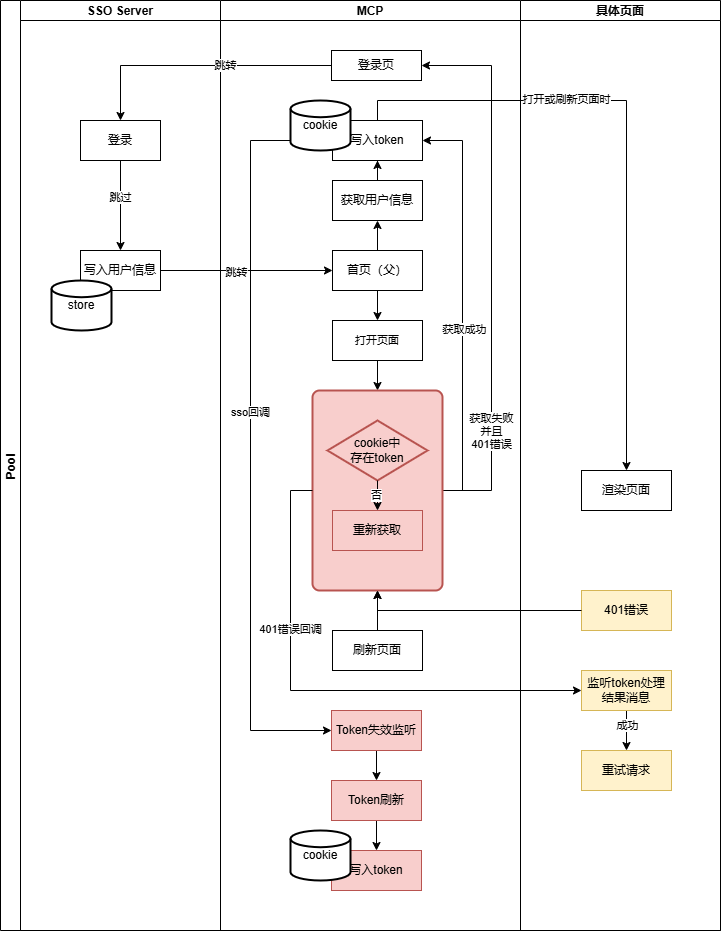
Above: oidc访问令牌流程.drawio.png in stonefromsky/workflowchart (draw.io), before the change. Source tidied: cells renumbered, new cells last; positions are measured from the earlier drawing's top-left corner, leaving out a move shared by most shapes.
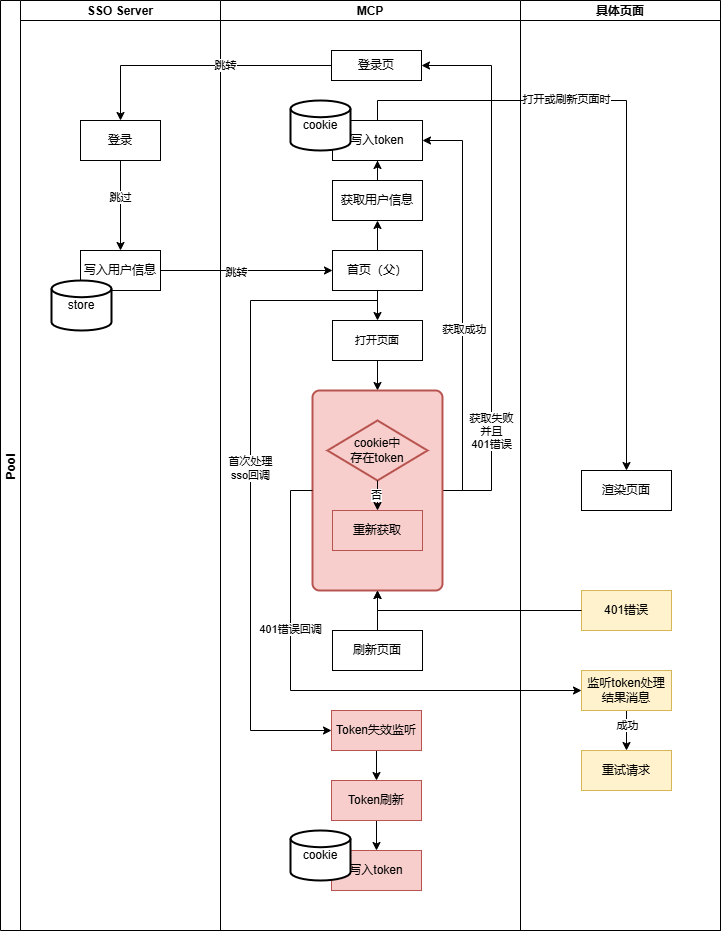
The same diagram one commit later.

Commit message:
已添加 oidc访问令牌流程.drawio.png

The edit, as a diff of the source:
```diff
@@ -44,15 +44,16 @@
     <mxCell id="15" value="&lt;span style=&quot;font-size: 11px; text-wrap-mode: nowrap; background-color: rgb(255, 255, 255);&quot;&gt;打开页面&lt;/span&gt;" style="rounded=0;whiteSpace=wrap;html=1;" parent="9" vertex="1">
       <mxGeometry x="112" y="320" width="90" height="40" as="geometry" />
     </mxCell>
-    <mxCell id="16" style="edgeStyle=orthogonalEdgeStyle;rounded=0;jettySize=auto;html=1;entryX=0;entryY=0.5;entryDx=0;entryDy=0;exitX=0;exitY=0.5;exitDx=0;exitDy=0;" parent="9" edge="1" source="18" target="30">
+    <mxCell id="16" style="edgeStyle=orthogonalEdgeStyle;rounded=0;jettySize=auto;html=1;entryX=0;entryY=0.5;entryDx=0;entryDy=0;exitX=0.5;exitY=1;exitDx=0;exitDy=0;" parent="9" edge="1" source="13" target="30">
       <mxGeometry relative="1" as="geometry">
         <Array as="points">
-          <mxPoint x="30" y="140" />
+          <mxPoint x="157" y="300" />
+          <mxPoint x="30" y="300" />
           <mxPoint x="30" y="730" />
         </Array>
       </mxGeometry>
     </mxCell>
-    <mxCell id="17" value="sso回调" style="edgeLabel;html=1;align=center;verticalAlign=middle;" parent="16" vertex="1">
+    <mxCell id="17" value="&lt;div&gt;首次处理&lt;/div&gt;sso回调" style="edgeLabel;html=1;align=center;verticalAlign=middle;" parent="16" vertex="1">
       <mxGeometry x="-0.06" relative="1" as="geometry" />
     </mxCell>
     <mxCell id="18" value="写入token" style="rounded=0;whiteSpace=wrap;html=1;" parent="9" vertex="1">
```
